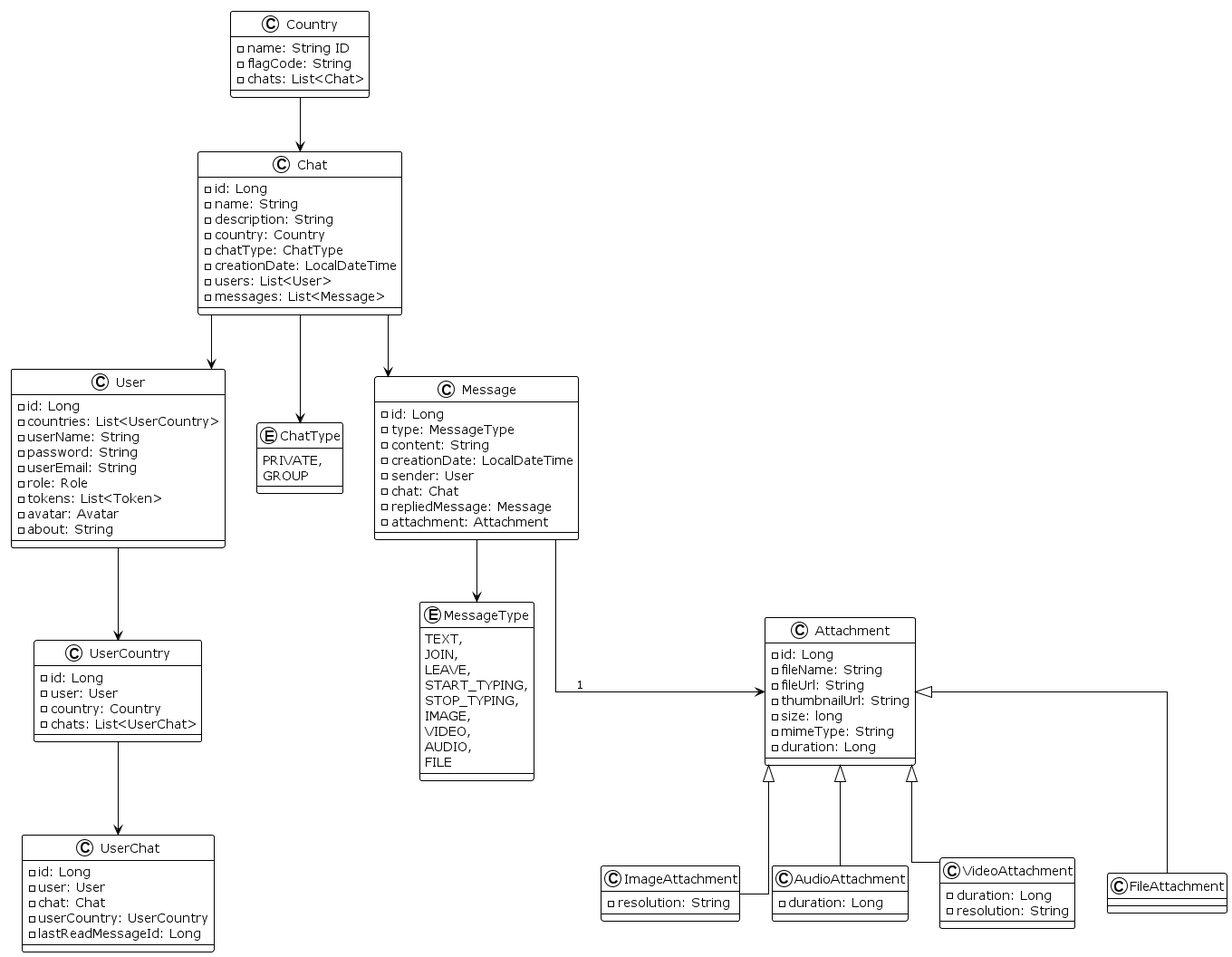
Before: docs/architecture/class-diagram/attachments/class-diagram-v4.png, a diagram exported from PlantUML (LiashenkoAndrey/talk-and-travel). The source it was exported from:
```plantuml
@startuml

!theme plain
skinparam linetype ortho

together {
    User --> UserCountry
    UserCountry --> UserChat

    together {
        Country --> Chat
    }

    together {
        Chat --> Message
        Chat --> User
        Chat --> ChatType
        Message --> MessageType
    }
}

class User {
  - id: Long
  - countries: List<UserCountry>
  - userName: String
  - password: String
  - userEmail: String
  - role: Role
  - tokens: List<Token>
  - avatar: Avatar
  - about: String
}

class UserCountry {
  - id: Long
  - user: User
  - country: Country
  - chats: List<UserChat>
}

class UserChat {
  - id: Long
  - user: User
  - chat: Chat
  - userCountry: UserCountry
  - lastReadMessageId: Long
}

class Country {
  - name: String ID
  - flagCode: String
  - chats: List<Chat>
}

class Chat {
  - id: Long
  - name: String
  - description: String
  - country: Country
  - chatType: ChatType
  - creationDate: LocalDateTime
  - users: List<User>
  - messages: List<Message>
}

enum ChatType {
  PRIVATE,
  GROUP
}

class Message {
  - id: Long
  - type: MessageType
  - content: String
  - creationDate: LocalDateTime
  - sender: User
  - chat: Chat
  - repliedMessage: Message
  - attachment: Attachment
}

enum MessageType {
  TEXT,
  JOIN,
  LEAVE,
  START_TYPING,
  STOP_TYPING,
  IMAGE,
  VIDEO,
  AUDIO,
  FILE
}

class Attachment {
  - id: Long
  - fileName: String
  - fileUrl: String
  - thumbnailUrl: String
  - size: long
  - mimeType: String
  - duration: Long
}

class ImageAttachment {
  - resolution: String
}

class AudioAttachment {
  - duration: Long
}

class VideoAttachment {
  - duration: Long
  - resolution: String
}

class FileAttachment {}

Attachment <|-- ImageAttachment
Attachment <|-- AudioAttachment
Attachment <|-- VideoAttachment
Attachment <|-- FileAttachment

Message --> Attachment : "1"

@enduml
```
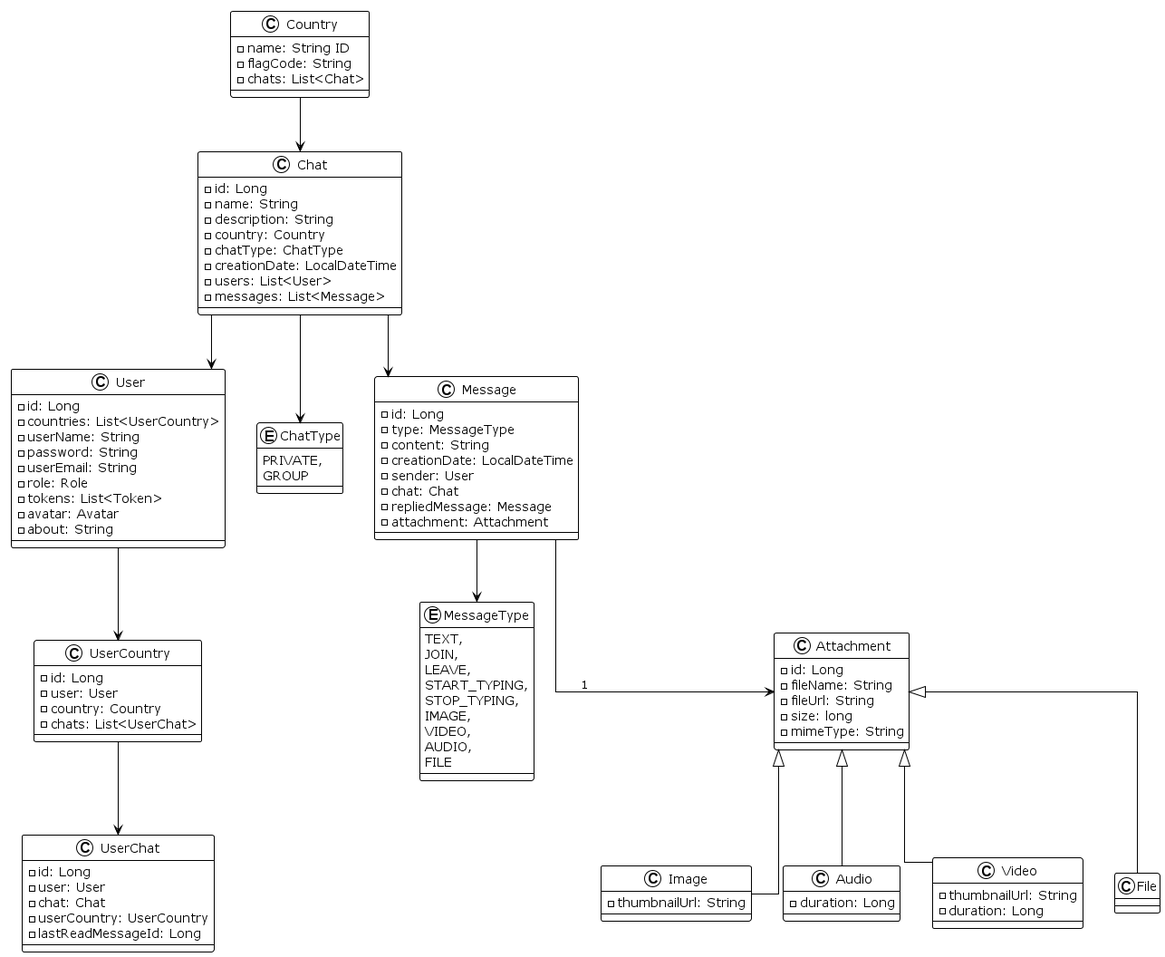
After the commit.

Commit message:
class diagram

The edit, as a diff of the source:
```diff
@@ -95,31 +95,29 @@
   - id: Long
   - fileName: String
   - fileUrl: String
-  - thumbnailUrl: String
   - size: long
   - mimeType: String
+}
+
+class Image {
+  - thumbnailUrl: String
+}
+
+class Audio {
   - duration: Long
 }
 
-class ImageAttachment {
-  - resolution: String
-}
-
-class AudioAttachment {
+class Video {
+  - thumbnailUrl: String
   - duration: Long
 }
 
-class VideoAttachment {
-  - duration: Long
-  - resolution: String
-}
+class File {}
 
-class FileAttachment {}
-
-Attachment <|-- ImageAttachment
-Attachment <|-- AudioAttachment
-Attachment <|-- VideoAttachment
-Attachment <|-- FileAttachment
+Attachment <|-- Image
+Attachment <|-- Audio
+Attachment <|-- Video
+Attachment <|-- File
 
 Message --> Attachment : "1"
 
```
